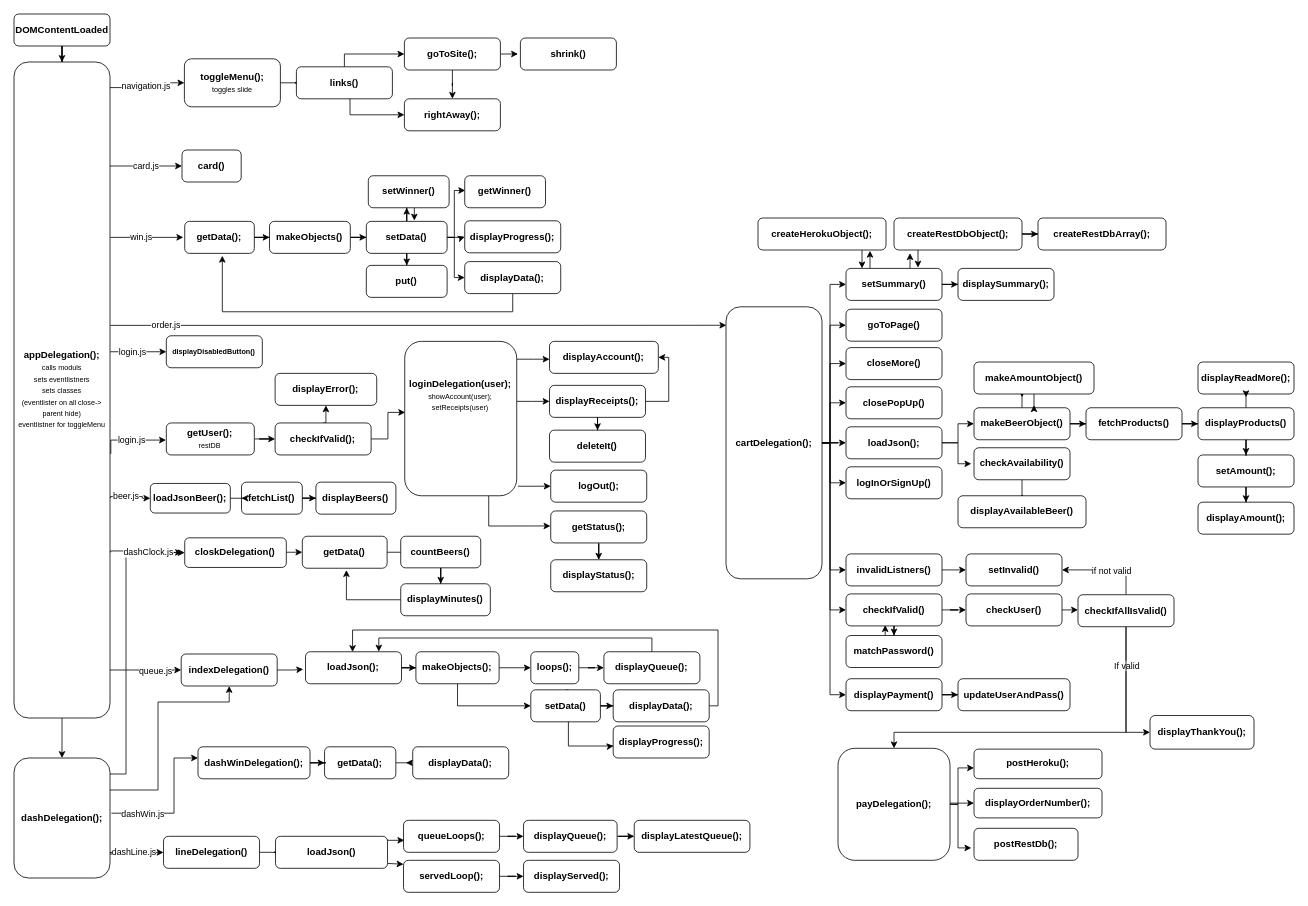
The draw.io diagram call_graph.drawio in lisa3074/foobar_app, before the edit. Source tidied: cells renumbered, new cells numbered last; positions are measured from the earlier drawing's top-left corner, leaving out a move shared by most shapes. Both pictures are drawn from the tidied source at 80%, with x=0, y=0 at pixel (14, 14).
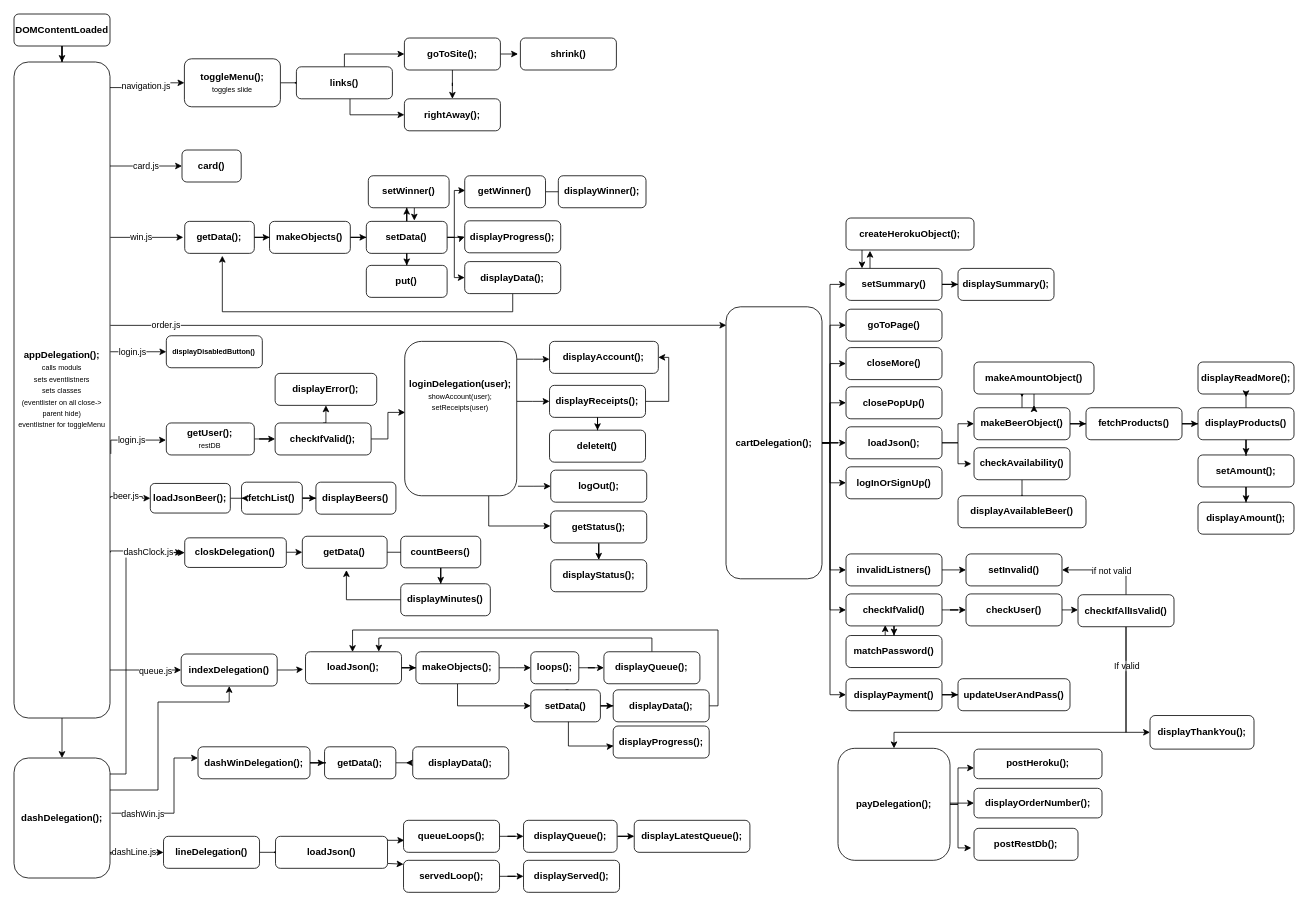
Above is the later version.

Unchanged cells that the change refers to:
```xml
<mxCell id="126" value="&lt;b&gt;getWinner&lt;/b&gt;&lt;b&gt;()&lt;/b&gt;&lt;font style=&quot;font-size: 9px&quot;&gt;&lt;br&gt;&lt;/font&gt;" style="rounded=1;whiteSpace=wrap;html=1;" parent="1" vertex="1">
  <mxGeometry x="563.4" y="202.2" width="101" height="40" as="geometry" />
</mxCell>
<mxCell id="182" value="&lt;b&gt;setSummary()&lt;/b&gt;&lt;font style=&quot;font-size: 9px&quot;&gt;&lt;br&gt;&lt;/font&gt;" style="rounded=1;whiteSpace=wrap;html=1;" parent="1" vertex="1">
  <mxGeometry x="1040" y="318" width="120" height="40" as="geometry" />
</mxCell>
```

Diff of the diagram source:
```diff
@@
+    <mxCell id="197" style="edgeStyle=orthogonalEdgeStyle;rounded=0;jettySize=auto;html=1;" parent="1" edge="1" source="126">
+      <mxGeometry relative="1" as="geometry">
+        <mxPoint x="680" y="222.2" as="targetPoint" />
+      </mxGeometry>
+    </mxCell>
@@
-    <mxCell id="180" style="edgeStyle=orthogonalEdgeStyle;rounded=0;jettySize=auto;html=1;" parent="1" edge="1" source="182">
-      <mxGeometry relative="1" as="geometry">
-        <mxPoint x="1120" y="299" as="targetPoint" />
-        <Array as="points">
-          <mxPoint x="1120" y="299" />
-        </Array>
-      </mxGeometry>
-    </mxCell>
@@
-    <mxCell id="186" style="edgeStyle=orthogonalEdgeStyle;rounded=0;jettySize=auto;html=1;" parent="1" edge="1" source="188">
-      <mxGeometry relative="1" as="geometry">
-        <mxPoint x="1130" y="317" as="targetPoint" />
-        <Array as="points">
-          <mxPoint x="1130" y="317" />
-        </Array>
-      </mxGeometry>
-    </mxCell>
-    <mxCell id="187" style="edgeStyle=orthogonalEdgeStyle;rounded=0;jettySize=auto;html=1;entryX=0;entryY=0.5;entryDx=0;entryDy=0;" parent="1" edge="1" source="188" target="193">
-      <mxGeometry relative="1" as="geometry" />
-    </mxCell>
-    <mxCell id="188" value="&lt;b&gt;createRestDbObject();&lt;/b&gt;&lt;font style=&quot;font-size: 9px&quot;&gt;&lt;br&gt;&lt;/font&gt;" style="rounded=1;whiteSpace=wrap;html=1;" parent="1" vertex="1">
-      <mxGeometry x="1100" y="255" width="160" height="40" as="geometry" />
-    </mxCell>
@@
     <mxCell id="190" value="&lt;font style=&quot;font-size: 9px&quot;&gt;&lt;b style=&quot;font-size: 12px&quot;&gt;createHerokuObject();&lt;/b&gt;&lt;br&gt;&lt;/font&gt;" style="rounded=1;whiteSpace=wrap;html=1;" parent="1" vertex="1">
-      <mxGeometry x="930" y="255" width="160" height="40" as="geometry" />
+      <mxGeometry x="1040" y="255" width="160" height="40" as="geometry" />
     </mxCell>
@@
-    <mxCell id="193" value="&lt;b&gt;createRestDbArray();&lt;/b&gt;&lt;font style=&quot;font-size: 9px&quot;&gt;&lt;br&gt;&lt;/font&gt;" style="rounded=1;whiteSpace=wrap;html=1;" parent="1" vertex="1">
-      <mxGeometry x="1280" y="255" width="160" height="40" as="geometry" />
-    </mxCell>
@@
+    <mxCell id="198" value="&lt;font&gt;&lt;b&gt;&lt;font style=&quot;font-size: 12px&quot;&gt;displayWinner();&lt;/font&gt;&lt;/b&gt;&lt;br&gt;&lt;/font&gt;" style="rounded=1;whiteSpace=wrap;html=1;" parent="1" vertex="1">
+      <mxGeometry x="680.4" y="202.2" width="109.6" height="40" as="geometry" />
+    </mxCell>
```
